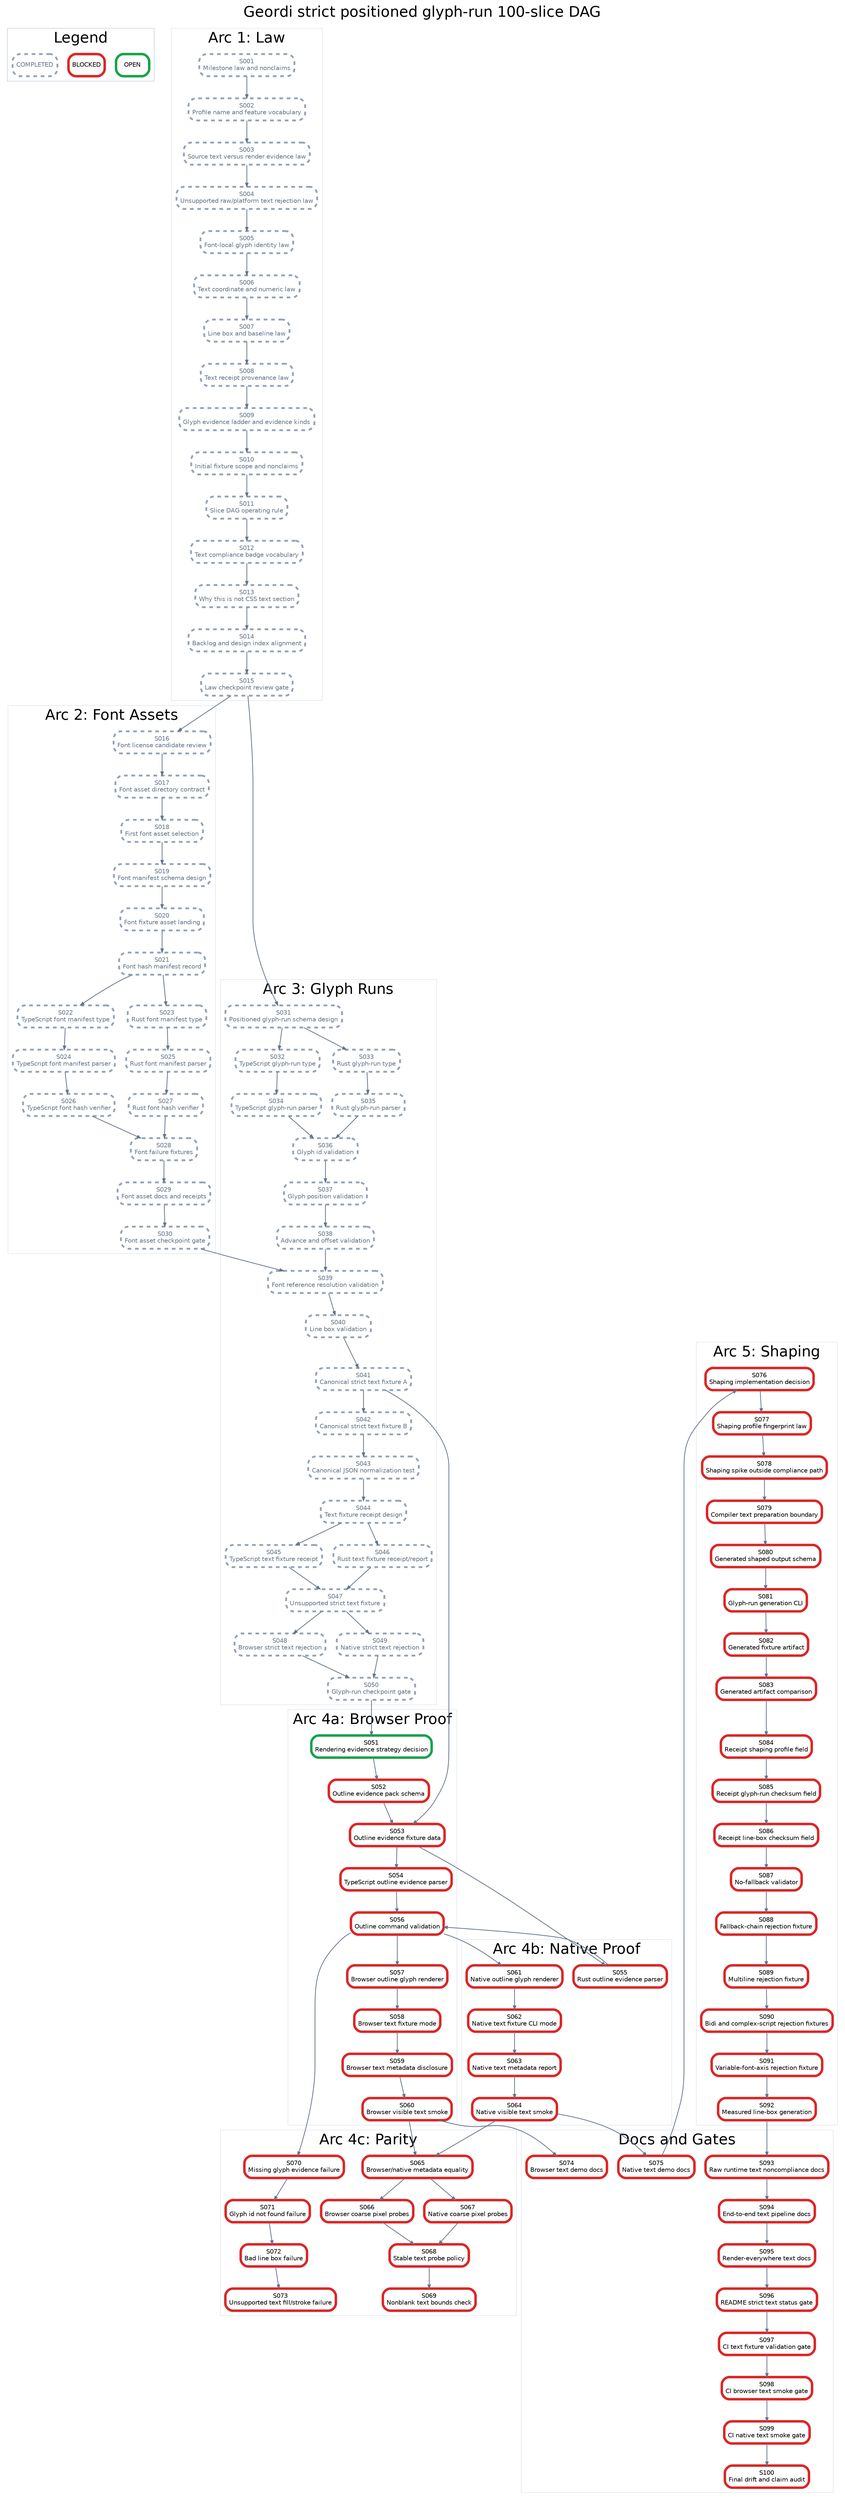
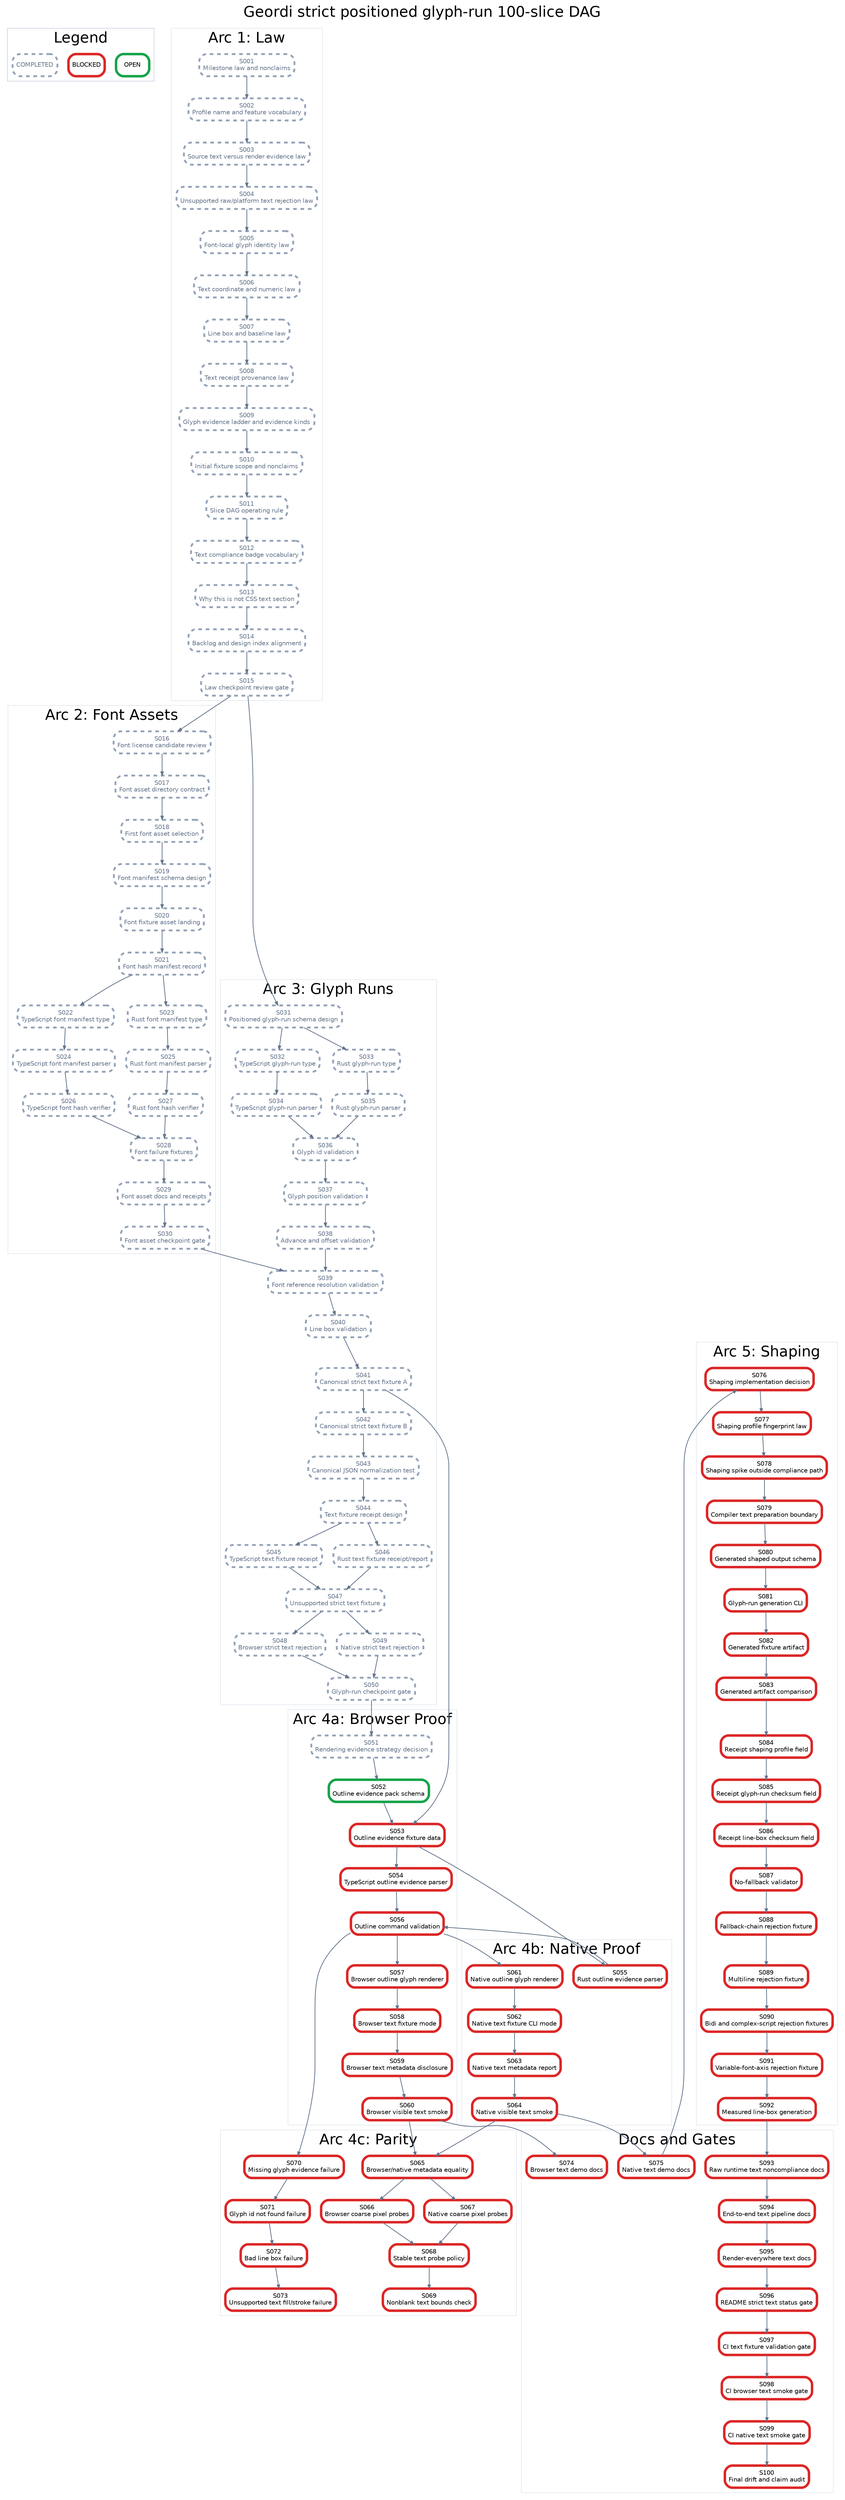
digraph StrictPositionedGlyphRunPlan {
  graph [rankdir=TB, bgcolor="white", fontname="Helvetica", label="Geordi strict positioned glyph-run 100-slice DAG", labelloc="t", fontsize=24];
  node [shape=box, style="rounded,filled", fillcolor="white", fontname="Helvetica", fontsize=10, margin="0.08,0.05"];
  edge [color="#64748b", arrowsize=0.6, penwidth=1.2];

  subgraph cluster_legend {
    label="Legend";
    color="#cbd5e1";
    legend_open [label="OPEN", color="#16a34a", penwidth=4];
    legend_blocked [label="BLOCKED", color="#dc2626", penwidth=4];
    legend_done [label="COMPLETED", color="#94a3b8", penwidth=3, style="rounded,filled,dashed", fontcolor="#64748b"];
  }

  subgraph cluster_law {
    label="Arc 1: Law";
    color="#e2e8f0";
    S001 [label="S001\nMilestone law and nonclaims", color="#94a3b8", penwidth=3, style="rounded,filled,dashed", fontcolor="#64748b"];
    S002 [label="S002\nProfile name and feature vocabulary", color="#94a3b8", penwidth=3, style="rounded,filled,dashed", fontcolor="#64748b"];
    S003 [label="S003\nSource text versus render evidence law", color="#94a3b8", penwidth=3, style="rounded,filled,dashed", fontcolor="#64748b"];
    S004 [label="S004\nUnsupported raw/platform text rejection law", color="#94a3b8", penwidth=3, style="rounded,filled,dashed", fontcolor="#64748b"];
    S005 [label="S005\nFont-local glyph identity law", color="#94a3b8", penwidth=3, style="rounded,filled,dashed", fontcolor="#64748b"];
    S006 [label="S006\nText coordinate and numeric law", color="#94a3b8", penwidth=3, style="rounded,filled,dashed", fontcolor="#64748b"];
    S007 [label="S007\nLine box and baseline law", color="#94a3b8", penwidth=3, style="rounded,filled,dashed", fontcolor="#64748b"];
    S008 [label="S008\nText receipt provenance law", color="#94a3b8", penwidth=3, style="rounded,filled,dashed", fontcolor="#64748b"];
    S009 [label="S009\nGlyph evidence ladder and evidence kinds", color="#94a3b8", penwidth=3, style="rounded,filled,dashed", fontcolor="#64748b"];
    S010 [label="S010\nInitial fixture scope and nonclaims", color="#94a3b8", penwidth=3, style="rounded,filled,dashed", fontcolor="#64748b"];
    S011 [label="S011\nSlice DAG operating rule", color="#94a3b8", penwidth=3, style="rounded,filled,dashed", fontcolor="#64748b"];
    S012 [label="S012\nText compliance badge vocabulary", color="#94a3b8", penwidth=3, style="rounded,filled,dashed", fontcolor="#64748b"];
    S013 [label="S013\nWhy this is not CSS text section", color="#94a3b8", penwidth=3, style="rounded,filled,dashed", fontcolor="#64748b"];
    S014 [label="S014\nBacklog and design index alignment", color="#94a3b8", penwidth=3, style="rounded,filled,dashed", fontcolor="#64748b"];
    S015 [label="S015\nLaw checkpoint review gate", color="#94a3b8", penwidth=3, style="rounded,filled,dashed", fontcolor="#64748b"];
  }

  subgraph cluster_assets {
    label="Arc 2: Font Assets";
    color="#e2e8f0";
    S016 [label="S016\nFont license candidate review", color="#94a3b8", penwidth=3, style="rounded,filled,dashed", fontcolor="#64748b"];
    S017 [label="S017\nFont asset directory contract", color="#94a3b8", penwidth=3, style="rounded,filled,dashed", fontcolor="#64748b"];
    S018 [label="S018\nFirst font asset selection", color="#94a3b8", penwidth=3, style="rounded,filled,dashed", fontcolor="#64748b"];
    S019 [label="S019\nFont manifest schema design", color="#94a3b8", penwidth=3, style="rounded,filled,dashed", fontcolor="#64748b"];
    S020 [label="S020\nFont fixture asset landing", color="#94a3b8", penwidth=3, style="rounded,filled,dashed", fontcolor="#64748b"];
    S021 [label="S021\nFont hash manifest record", color="#94a3b8", penwidth=3, style="rounded,filled,dashed", fontcolor="#64748b"];
    S022 [label="S022\nTypeScript font manifest type", color="#94a3b8", penwidth=3, style="rounded,filled,dashed", fontcolor="#64748b"];
    S023 [label="S023\nRust font manifest type", color="#94a3b8", penwidth=3, style="rounded,filled,dashed", fontcolor="#64748b"];
    S024 [label="S024\nTypeScript font manifest parser", color="#94a3b8", penwidth=3, style="rounded,filled,dashed", fontcolor="#64748b"];
    S025 [label="S025\nRust font manifest parser", color="#94a3b8", penwidth=3, style="rounded,filled,dashed", fontcolor="#64748b"];
    S026 [label="S026\nTypeScript font hash verifier", color="#94a3b8", penwidth=3, style="rounded,filled,dashed", fontcolor="#64748b"];
    S027 [label="S027\nRust font hash verifier", color="#94a3b8", penwidth=3, style="rounded,filled,dashed", fontcolor="#64748b"];
    S028 [label="S028\nFont failure fixtures", color="#94a3b8", penwidth=3, style="rounded,filled,dashed", fontcolor="#64748b"];
    S029 [label="S029\nFont asset docs and receipts", color="#94a3b8", penwidth=3, style="rounded,filled,dashed", fontcolor="#64748b"];
    S030 [label="S030\nFont asset checkpoint gate", color="#94a3b8", penwidth=3, style="rounded,filled,dashed", fontcolor="#64748b"];
  }

  subgraph cluster_glyph {
    label="Arc 3: Glyph Runs";
    color="#e2e8f0";
    S031 [label="S031\nPositioned glyph-run schema design", color="#94a3b8", penwidth=3, style="rounded,filled,dashed", fontcolor="#64748b"];
    S032 [label="S032\nTypeScript glyph-run type", color="#94a3b8", penwidth=3, style="rounded,filled,dashed", fontcolor="#64748b"];
    S033 [label="S033\nRust glyph-run type", color="#94a3b8", penwidth=3, style="rounded,filled,dashed", fontcolor="#64748b"];
    S034 [label="S034\nTypeScript glyph-run parser", color="#94a3b8", penwidth=3, style="rounded,filled,dashed", fontcolor="#64748b"];
    S035 [label="S035\nRust glyph-run parser", color="#94a3b8", penwidth=3, style="rounded,filled,dashed", fontcolor="#64748b"];
    S036 [label="S036\nGlyph id validation", color="#94a3b8", penwidth=3, style="rounded,filled,dashed", fontcolor="#64748b"];
    S037 [label="S037\nGlyph position validation", color="#94a3b8", penwidth=3, style="rounded,filled,dashed", fontcolor="#64748b"];
    S038 [label="S038\nAdvance and offset validation", color="#94a3b8", penwidth=3, style="rounded,filled,dashed", fontcolor="#64748b"];
    S039 [label="S039\nFont reference resolution validation", color="#94a3b8", penwidth=3, style="rounded,filled,dashed", fontcolor="#64748b"];
    S040 [label="S040\nLine box validation", color="#94a3b8", penwidth=3, style="rounded,filled,dashed", fontcolor="#64748b"];
    S041 [label="S041\nCanonical strict text fixture A", color="#94a3b8", penwidth=3, style="rounded,filled,dashed", fontcolor="#64748b"];
    S042 [label="S042\nCanonical strict text fixture B", color="#94a3b8", penwidth=3, style="rounded,filled,dashed", fontcolor="#64748b"];
    S043 [label="S043\nCanonical JSON normalization test", color="#94a3b8", penwidth=3, style="rounded,filled,dashed", fontcolor="#64748b"];
    S044 [label="S044\nText fixture receipt design", color="#94a3b8", penwidth=3, style="rounded,filled,dashed", fontcolor="#64748b"];
    S045 [label="S045\nTypeScript text fixture receipt", color="#94a3b8", penwidth=3, style="rounded,filled,dashed", fontcolor="#64748b"];
    S046 [label="S046\nRust text fixture receipt/report", color="#94a3b8", penwidth=3, style="rounded,filled,dashed", fontcolor="#64748b"];
    S047 [label="S047\nUnsupported strict text fixture", color="#94a3b8", penwidth=3, style="rounded,filled,dashed", fontcolor="#64748b"];
    S048 [label="S048\nBrowser strict text rejection", color="#94a3b8", penwidth=3, style="rounded,filled,dashed", fontcolor="#64748b"];
    S049 [label="S049\nNative strict text rejection", color="#94a3b8", penwidth=3, style="rounded,filled,dashed", fontcolor="#64748b"];
    S050 [label="S050\nGlyph-run checkpoint gate", color="#94a3b8", penwidth=3, style="rounded,filled,dashed", fontcolor="#64748b"];
  }

  subgraph cluster_browser {
    label="Arc 4a: Browser Proof";
    color="#e2e8f0";
-     S051 [label="S051\nRendering evidence strategy decision", color="#16a34a", penwidth=4];
-     S052 [label="S052\nOutline evidence pack schema", color="#dc2626", penwidth=4];
+     S051 [label="S051\nRendering evidence strategy decision", color="#94a3b8", penwidth=3, style="rounded,filled,dashed", fontcolor="#64748b"];
+     S052 [label="S052\nOutline evidence pack schema", color="#16a34a", penwidth=4];
    S053 [label="S053\nOutline evidence fixture data", color="#dc2626", penwidth=4];
    S054 [label="S054\nTypeScript outline evidence parser", color="#dc2626", penwidth=4];
    S056 [label="S056\nOutline command validation", color="#dc2626", penwidth=4];
    S057 [label="S057\nBrowser outline glyph renderer", color="#dc2626", penwidth=4];
    S058 [label="S058\nBrowser text fixture mode", color="#dc2626", penwidth=4];
    S059 [label="S059\nBrowser text metadata disclosure", color="#dc2626", penwidth=4];
    S060 [label="S060\nBrowser visible text smoke", color="#dc2626", penwidth=4];
  }

  subgraph cluster_native {
    label="Arc 4b: Native Proof";
    color="#e2e8f0";
    S055 [label="S055\nRust outline evidence parser", color="#dc2626", penwidth=4];
    S061 [label="S061\nNative outline glyph renderer", color="#dc2626", penwidth=4];
    S062 [label="S062\nNative text fixture CLI mode", color="#dc2626", penwidth=4];
    S063 [label="S063\nNative text metadata report", color="#dc2626", penwidth=4];
    S064 [label="S064\nNative visible text smoke", color="#dc2626", penwidth=4];
  }

  subgraph cluster_parity {
    label="Arc 4c: Parity";
    color="#e2e8f0";
    S065 [label="S065\nBrowser/native metadata equality", color="#dc2626", penwidth=4];
    S066 [label="S066\nBrowser coarse pixel probes", color="#dc2626", penwidth=4];
    S067 [label="S067\nNative coarse pixel probes", color="#dc2626", penwidth=4];
    S068 [label="S068\nStable text probe policy", color="#dc2626", penwidth=4];
    S069 [label="S069\nNonblank text bounds check", color="#dc2626", penwidth=4];
    S070 [label="S070\nMissing glyph evidence failure", color="#dc2626", penwidth=4];
    S071 [label="S071\nGlyph id not found failure", color="#dc2626", penwidth=4];
    S072 [label="S072\nBad line box failure", color="#dc2626", penwidth=4];
    S073 [label="S073\nUnsupported text fill/stroke failure", color="#dc2626", penwidth=4];
  }

  subgraph cluster_shaping {
    label="Arc 5: Shaping";
    color="#e2e8f0";
    S076 [label="S076\nShaping implementation decision", color="#dc2626", penwidth=4];
    S077 [label="S077\nShaping profile fingerprint law", color="#dc2626", penwidth=4];
    S078 [label="S078\nShaping spike outside compliance path", color="#dc2626", penwidth=4];
    S079 [label="S079\nCompiler text preparation boundary", color="#dc2626", penwidth=4];
    S080 [label="S080\nGenerated shaped output schema", color="#dc2626", penwidth=4];
    S081 [label="S081\nGlyph-run generation CLI", color="#dc2626", penwidth=4];
    S082 [label="S082\nGenerated fixture artifact", color="#dc2626", penwidth=4];
    S083 [label="S083\nGenerated artifact comparison", color="#dc2626", penwidth=4];
    S084 [label="S084\nReceipt shaping profile field", color="#dc2626", penwidth=4];
    S085 [label="S085\nReceipt glyph-run checksum field", color="#dc2626", penwidth=4];
    S086 [label="S086\nReceipt line-box checksum field", color="#dc2626", penwidth=4];
    S087 [label="S087\nNo-fallback validator", color="#dc2626", penwidth=4];
    S088 [label="S088\nFallback-chain rejection fixture", color="#dc2626", penwidth=4];
    S089 [label="S089\nMultiline rejection fixture", color="#dc2626", penwidth=4];
    S090 [label="S090\nBidi and complex-script rejection fixtures", color="#dc2626", penwidth=4];
    S091 [label="S091\nVariable-font-axis rejection fixture", color="#dc2626", penwidth=4];
    S092 [label="S092\nMeasured line-box generation", color="#dc2626", penwidth=4];
  }

  subgraph cluster_docs {
    label="Docs and Gates";
    color="#e2e8f0";
    S074 [label="S074\nBrowser text demo docs", color="#dc2626", penwidth=4];
    S075 [label="S075\nNative text demo docs", color="#dc2626", penwidth=4];
    S093 [label="S093\nRaw runtime text noncompliance docs", color="#dc2626", penwidth=4];
    S094 [label="S094\nEnd-to-end text pipeline docs", color="#dc2626", penwidth=4];
    S095 [label="S095\nRender-everywhere text docs", color="#dc2626", penwidth=4];
    S096 [label="S096\nREADME strict text status gate", color="#dc2626", penwidth=4];
    S097 [label="S097\nCI text fixture validation gate", color="#dc2626", penwidth=4];
    S098 [label="S098\nCI browser text smoke gate", color="#dc2626", penwidth=4];
    S099 [label="S099\nCI native text smoke gate", color="#dc2626", penwidth=4];
    S100 [label="S100\nFinal drift and claim audit", color="#dc2626", penwidth=4];
  }

  S001 -> S002;
  S002 -> S003;
  S003 -> S004;
  S004 -> S005;
  S005 -> S006;
  S006 -> S007;
  S007 -> S008;
  S008 -> S009;
  S009 -> S010;
  S010 -> S011;
  S011 -> S012;
  S012 -> S013;
  S013 -> S014;
  S014 -> S015;
  S015 -> S016;
  S016 -> S017;
  S017 -> S018;
  S018 -> S019;
  S019 -> S020;
  S020 -> S021;
  S021 -> S022;
  S021 -> S023;
  S022 -> S024;
  S023 -> S025;
  S024 -> S026;
  S025 -> S027;
  S026 -> S028;
  S027 -> S028;
  S028 -> S029;
  S029 -> S030;
  S015 -> S031;
  S031 -> S032;
  S031 -> S033;
  S032 -> S034;
  S033 -> S035;
  S034 -> S036;
  S035 -> S036;
  S036 -> S037;
  S037 -> S038;
  S038 -> S039;
  S039 -> S040;
  S030 -> S039;
  S040 -> S041;
  S041 -> S042;
  S042 -> S043;
  S043 -> S044;
  S044 -> S045;
  S044 -> S046;
  S045 -> S047;
  S046 -> S047;
  S047 -> S048;
  S047 -> S049;
  S048 -> S050;
  S049 -> S050;
  S050 -> S051;
  S051 -> S052;
  S052 -> S053;
  S041 -> S053;
  S053 -> S054;
  S053 -> S055;
  S054 -> S056;
  S055 -> S056;
  S056 -> S057;
  S057 -> S058;
  S058 -> S059;
  S059 -> S060;
  S056 -> S061;
  S061 -> S062;
  S062 -> S063;
  S063 -> S064;
  S060 -> S065;
  S064 -> S065;
  S065 -> S066;
  S065 -> S067;
  S066 -> S068;
  S067 -> S068;
  S068 -> S069;
  S056 -> S070;
  S070 -> S071;
  S071 -> S072;
  S072 -> S073;
  S060 -> S074;
  S064 -> S075;
  S075 -> S076;
  S076 -> S077;
  S077 -> S078;
  S078 -> S079;
  S079 -> S080;
  S080 -> S081;
  S081 -> S082;
  S082 -> S083;
  S083 -> S084;
  S084 -> S085;
  S085 -> S086;
  S086 -> S087;
  S087 -> S088;
  S088 -> S089;
  S089 -> S090;
  S090 -> S091;
  S091 -> S092;
  S092 -> S093;
  S093 -> S094;
  S094 -> S095;
  S095 -> S096;
  S096 -> S097;
  S097 -> S098;
  S098 -> S099;
  S099 -> S100;
}
